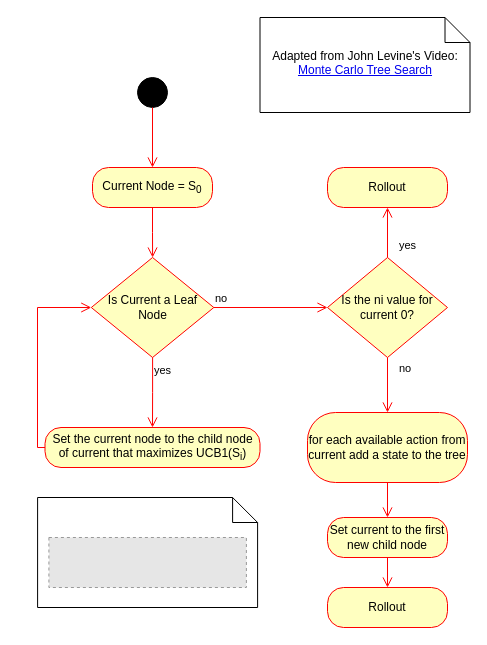
Above: page "Algorithm" (3 of 3) of docs/drawio/MonteCarloTreeSearch.drawio in lmsorenson/Sophia-Core-Libraries (draw.io), before the change. Source tidied: cells renumbered, new cells numbered last; positions are measured from the earlier drawing's top-left corner, leaving out a move shared by most shapes. Both pictures are drawn from the tidied source at 100%, with x=0, y=0 at pixel (17, 17). Pictures stored in the file or linked from it are replaced by grey dashed boxes.
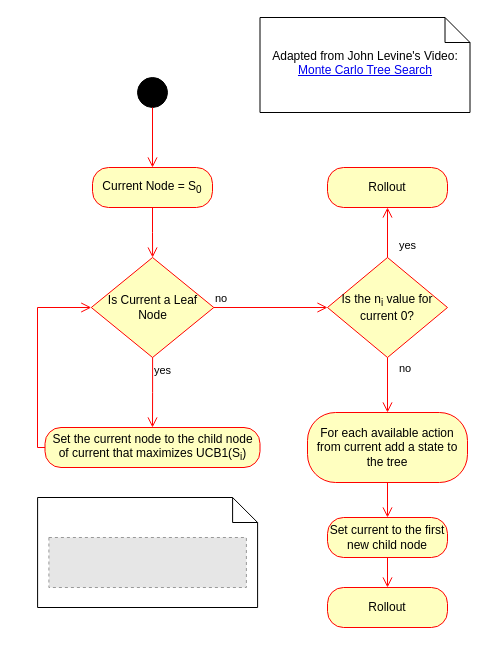
The same diagram, later.

Change to the diagram source:
```diff
@@
-    <mxCell id="15" value="Is the ni value for current 0?" style="rhombus;whiteSpace=wrap;html=1;fontColor=#000000;fillColor=#ffffc0;strokeColor=#ff0000;" parent="1" vertex="1">
+    <mxCell id="15" value="Is the n&lt;sub&gt;i&lt;/sub&gt; value for current 0?" style="rhombus;whiteSpace=wrap;html=1;fontColor=#000000;fillColor=#ffffc0;strokeColor=#ff0000;" parent="1" vertex="1">
       <mxGeometry x="310" y="240" width="120" height="100" as="geometry" />
     </mxCell>
@@
-    <mxCell id="19" value="for each available action from current add a state to the tree" style="rounded=1;whiteSpace=wrap;html=1;arcSize=40;fontColor=#000000;fillColor=#ffffc0;strokeColor=#ff0000;" parent="1" vertex="1">
+    <mxCell id="19" value="For each available action from current add a state to the tree" style="rounded=1;whiteSpace=wrap;html=1;arcSize=40;fontColor=#000000;fillColor=#ffffc0;strokeColor=#ff0000;" parent="1" vertex="1">
       <mxGeometry x="290" y="395" width="160" height="70" as="geometry" />
     </mxCell>
```
